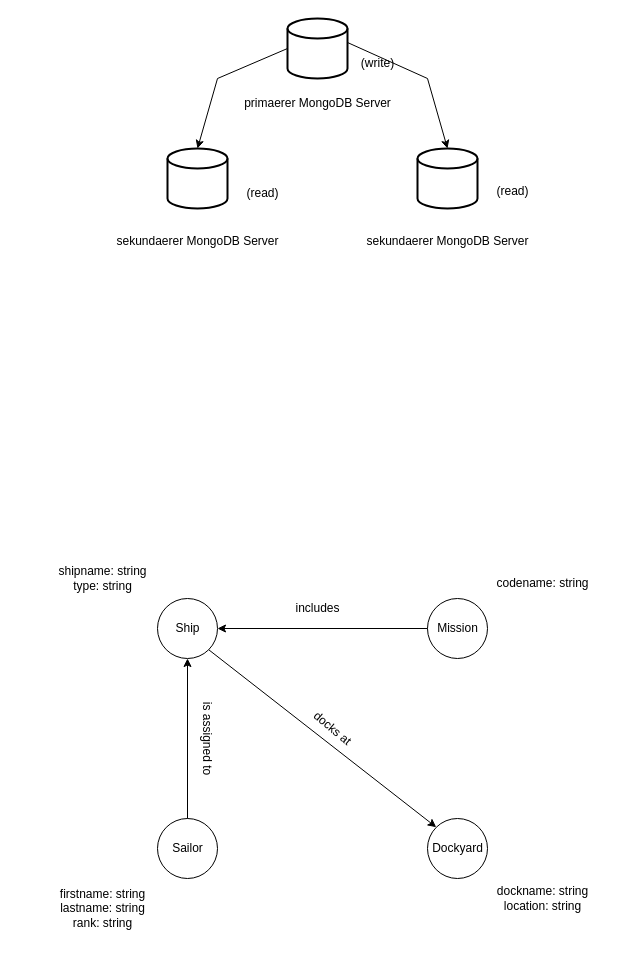
Earlier version of the draw.io diagram kn07/model.drawio (Helmuth-von-Moltke/m165). Source tidied: cells renumbered, new cells numbered last; positions are measured from the earlier drawing's top-left corner, leaving out a move shared by most shapes. Both pictures are drawn from the tidied source at 100%, with x=0, y=0 at pixel (47, 18).
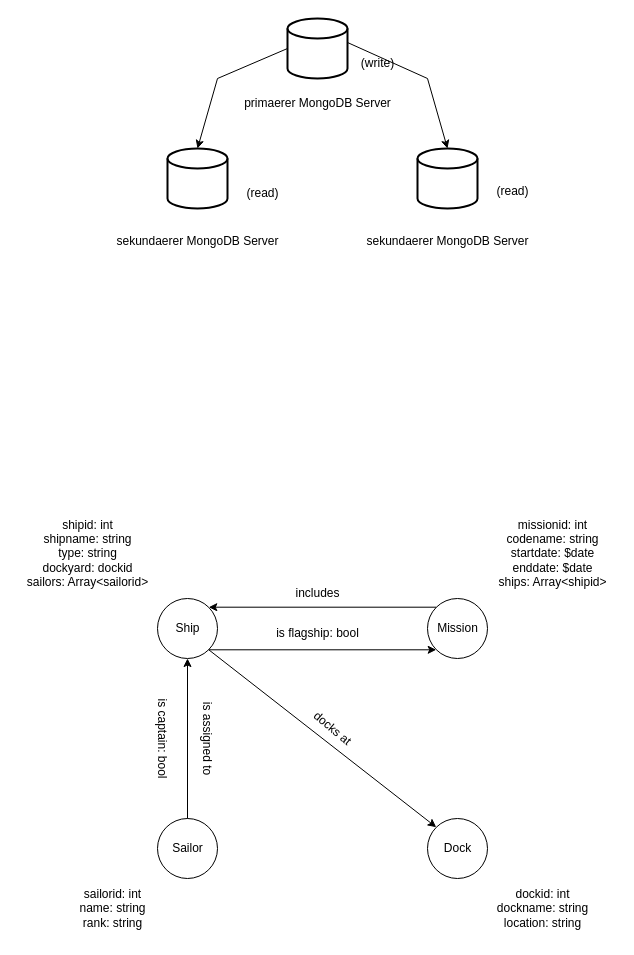
The same diagram, later.

The change refers to these unchanged cells:
```xml
<mxCell id="13" style="verticalLabelPosition=bottom;verticalAlign=top;html=1;shape=mxgraph.flowchart.on-page_reference;" parent="1" vertex="1">
  <mxGeometry x="110" y="580" width="60" height="60" as="geometry" />
</mxCell>
<mxCell id="15" style="verticalLabelPosition=bottom;verticalAlign=top;html=1;shape=mxgraph.flowchart.on-page_reference;" parent="1" vertex="1">
  <mxGeometry x="380" y="580" width="60" height="60" as="geometry" />
</mxCell>
```

What changed in the source:
```diff
@@
-    <mxCell id="20" value="&lt;div&gt;Dockyard&lt;/div&gt;" style="text;html=1;align=center;verticalAlign=middle;strokeColor=none;fillColor=none;" parent="1" vertex="1">
-      <mxGeometry x="375" y="815" width="70" height="30" as="geometry" />
+    <mxCell id="20" value="&lt;div&gt;Dock&lt;/div&gt;" style="text;html=1;align=center;verticalAlign=middle;strokeColor=none;fillColor=none;" parent="1" vertex="1">
+      <mxGeometry x="385" y="815" width="50" height="30" as="geometry" />
     </mxCell>
-    <mxCell id="21" style="endArrow=classic;html=1;rounded=0;exitX=0;exitY=0.5;exitDx=0;exitDy=0;exitPerimeter=0;entryX=1;entryY=0.5;entryDx=0;entryDy=0;entryPerimeter=0;" parent="1" edge="1" source="15" target="13">
+    <mxCell id="21" style="endArrow=classic;html=1;rounded=0;exitX=0.145;exitY=0.145;exitDx=0;exitDy=0;exitPerimeter=0;entryX=0.855;entryY=0.145;entryDx=0;entryDy=0;entryPerimeter=0;" parent="1" edge="1" source="15" target="13">
       <mxGeometry relative="1" as="geometry" />
     </mxCell>
     <mxCell id="22" value="includes" style="text;html=1;align=center;verticalAlign=middle;strokeColor=none;fillColor=none;" parent="1" vertex="1">
-      <mxGeometry x="235" y="575" width="70" height="30" as="geometry" />
+      <mxGeometry x="235" y="560" width="70" height="30" as="geometry" />
     </mxCell>
@@
-    <mxCell id="27" value="&lt;div&gt;shipname: string&lt;/div&gt;&lt;div&gt;type: string&lt;br&gt;&lt;/div&gt;" style="text;html=1;align=center;verticalAlign=middle;strokeColor=none;fillColor=none;" parent="1" vertex="1">
-      <mxGeometry y="540" width="110" height="40" as="geometry" />
+    <mxCell id="27" value="&lt;div&gt;shipid: int&lt;br&gt;&lt;/div&gt;&lt;div&gt;shipname: string&lt;/div&gt;&lt;div&gt;type: string&lt;/div&gt;&lt;div&gt;dockyard: dockid&lt;/div&gt;&lt;div&gt;sailors: Array&amp;lt;sailorid&amp;gt;&lt;br&gt;&lt;/div&gt;" style="text;html=1;align=center;verticalAlign=middle;strokeColor=none;fillColor=none;" parent="1" vertex="1">
+      <mxGeometry x="-30" y="490" width="140" height="90" as="geometry" />
     </mxCell>
-    <mxCell id="28" value="codename: string" style="text;html=1;align=center;verticalAlign=middle;strokeColor=none;fillColor=none;" parent="1" vertex="1">
-      <mxGeometry x="440" y="550" width="110" height="30" as="geometry" />
+    <mxCell id="28" value="&lt;div&gt;missionid: int&lt;/div&gt;&lt;div&gt;codename: string&lt;/div&gt;&lt;div&gt;startdate: $date&lt;/div&gt;&lt;div&gt;enddate: $date&lt;/div&gt;&lt;div&gt;ships: Array&amp;lt;shipid&amp;gt;&lt;br&gt;&lt;/div&gt;" style="text;html=1;align=center;verticalAlign=middle;strokeColor=none;fillColor=none;" parent="1" vertex="1">
+      <mxGeometry x="440" y="490" width="130" height="90" as="geometry" />
     </mxCell>
-    <mxCell id="29" value="&lt;div&gt;dockname: string&lt;/div&gt;&lt;div&gt;location: string&lt;br&gt;&lt;/div&gt;" style="text;html=1;align=center;verticalAlign=middle;strokeColor=none;fillColor=none;" parent="1" vertex="1">
-      <mxGeometry x="440" y="860" width="110" height="40" as="geometry" />
+    <mxCell id="29" value="&lt;div&gt;dockid: int&lt;br&gt;&lt;/div&gt;&lt;div&gt;dockname: string&lt;/div&gt;&lt;div&gt;location: string&lt;br&gt;&lt;/div&gt;" style="text;html=1;align=center;verticalAlign=middle;strokeColor=none;fillColor=none;" parent="1" vertex="1">
+      <mxGeometry x="440" y="860" width="110" height="60" as="geometry" />
     </mxCell>
-    <mxCell id="30" value="&lt;div&gt;firstname: string&lt;/div&gt;&lt;div&gt;lastname: string&lt;/div&gt;&lt;div&gt;rank: string&lt;br&gt;&lt;/div&gt;" style="text;html=1;align=center;verticalAlign=middle;strokeColor=none;fillColor=none;" parent="1" vertex="1">
-      <mxGeometry y="860" width="110" height="60" as="geometry" />
+    <mxCell id="30" value="&lt;div&gt;sailorid: int&lt;br&gt;&lt;/div&gt;&lt;div&gt;name: string&lt;/div&gt;&lt;div&gt;rank: string&lt;br&gt;&lt;/div&gt;" style="text;html=1;align=center;verticalAlign=middle;strokeColor=none;fillColor=none;" parent="1" vertex="1">
+      <mxGeometry x="20" y="860" width="90" height="60" as="geometry" />
     </mxCell>
+    <mxCell id="31" value="is captain: bool" style="text;html=1;align=center;verticalAlign=middle;strokeColor=none;fillColor=none;rotation=90;" parent="1" vertex="1">
+      <mxGeometry x="65" y="705" width="100" height="30" as="geometry" />
+    </mxCell>
+    <mxCell id="32" style="endArrow=classic;html=1;rounded=0;exitX=0.855;exitY=0.855;exitDx=0;exitDy=0;exitPerimeter=0;entryX=0.145;entryY=0.855;entryDx=0;entryDy=0;entryPerimeter=0;" parent="1" edge="1" source="13" target="15">
+      <mxGeometry relative="1" as="geometry" />
+    </mxCell>
+    <mxCell id="33" value="&lt;div&gt;is flagship: bool&lt;/div&gt;" style="text;html=1;align=center;verticalAlign=middle;strokeColor=none;fillColor=none;" parent="1" vertex="1">
+      <mxGeometry x="220" y="600" width="100" height="30" as="geometry" />
+    </mxCell>
```
